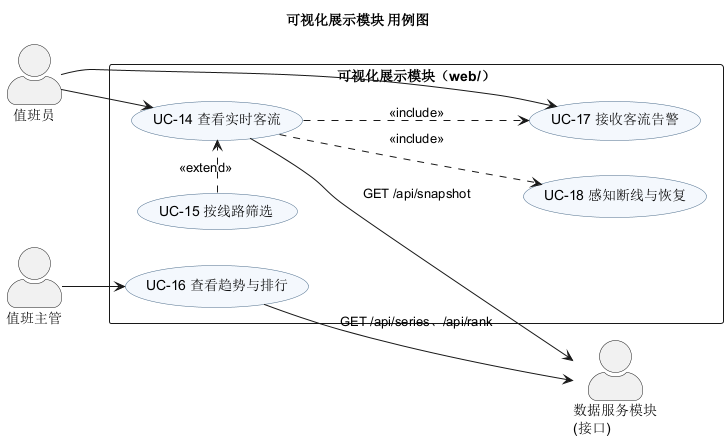
Earlier version of the PlantUML export docs/03-建模/图/05-用例图-可视化展示.png (Xuzhaopu04/metro-flow-dashboard).
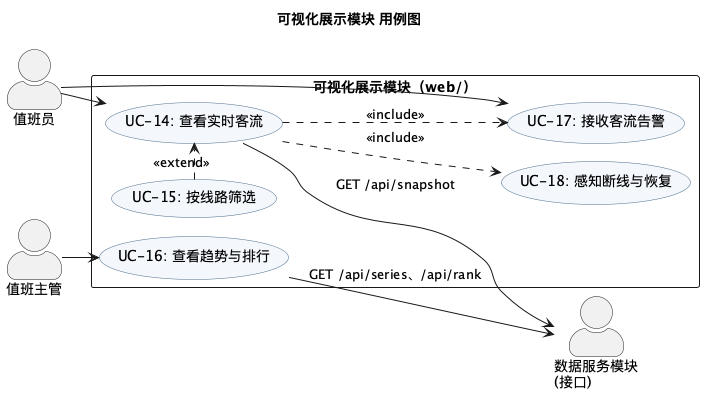
After the change.

What changed in the source:
```diff
@@ -1,4 +1,5 @@
 @startuml 05-用例图-可视化展示
+!pragma layout smetana
 title 可视化展示模块 用例图
 left to right direction
 skinparam shadowing false
@@ -14,11 +15,11 @@
 actor "数据服务模块\n(接口)" as api
 
 rectangle "可视化展示模块（web/）" {
-  usecase "UC-14 查看实时客流" as UC14
-  usecase "UC-15 按线路筛选" as UC15
-  usecase "UC-16 查看趋势与排行" as UC16
-  usecase "UC-17 接收客流告警" as UC17
-  usecase "UC-18 感知断线与恢复" as UC18
+  usecase "UC-14: 查看实时客流" as UC14
+  usecase "UC-15: 按线路筛选" as UC15
+  usecase "UC-16: 查看趋势与排行" as UC16
+  usecase "UC-17: 接收客流告警" as UC17
+  usecase "UC-18: 感知断线与恢复" as UC18
 }
 
 guard --> UC14
```
